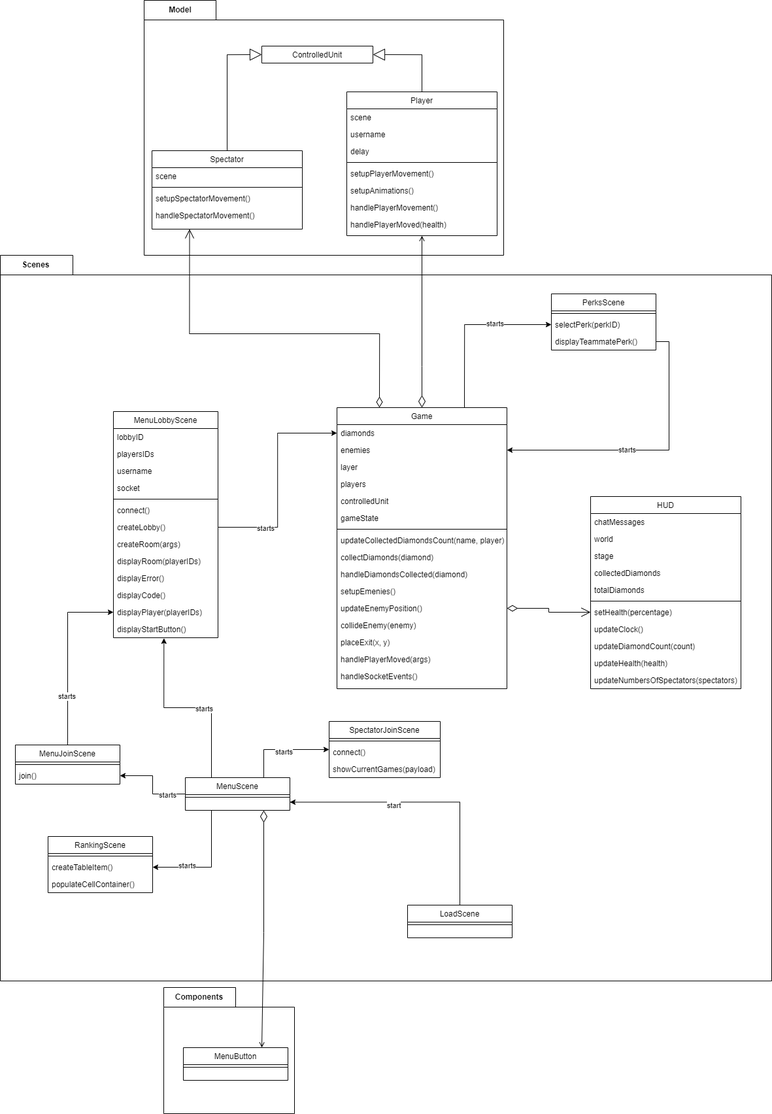
This is docs/diagrams/Frontend-class-diagram.png from Kwannnnn/DiamondCaveGame, a draw.io export, as it was before one commit. Source tidied: cells renumbered, new cells last; positions are measured from the earlier drawing's top-left corner, leaving out a move shared by most shapes.
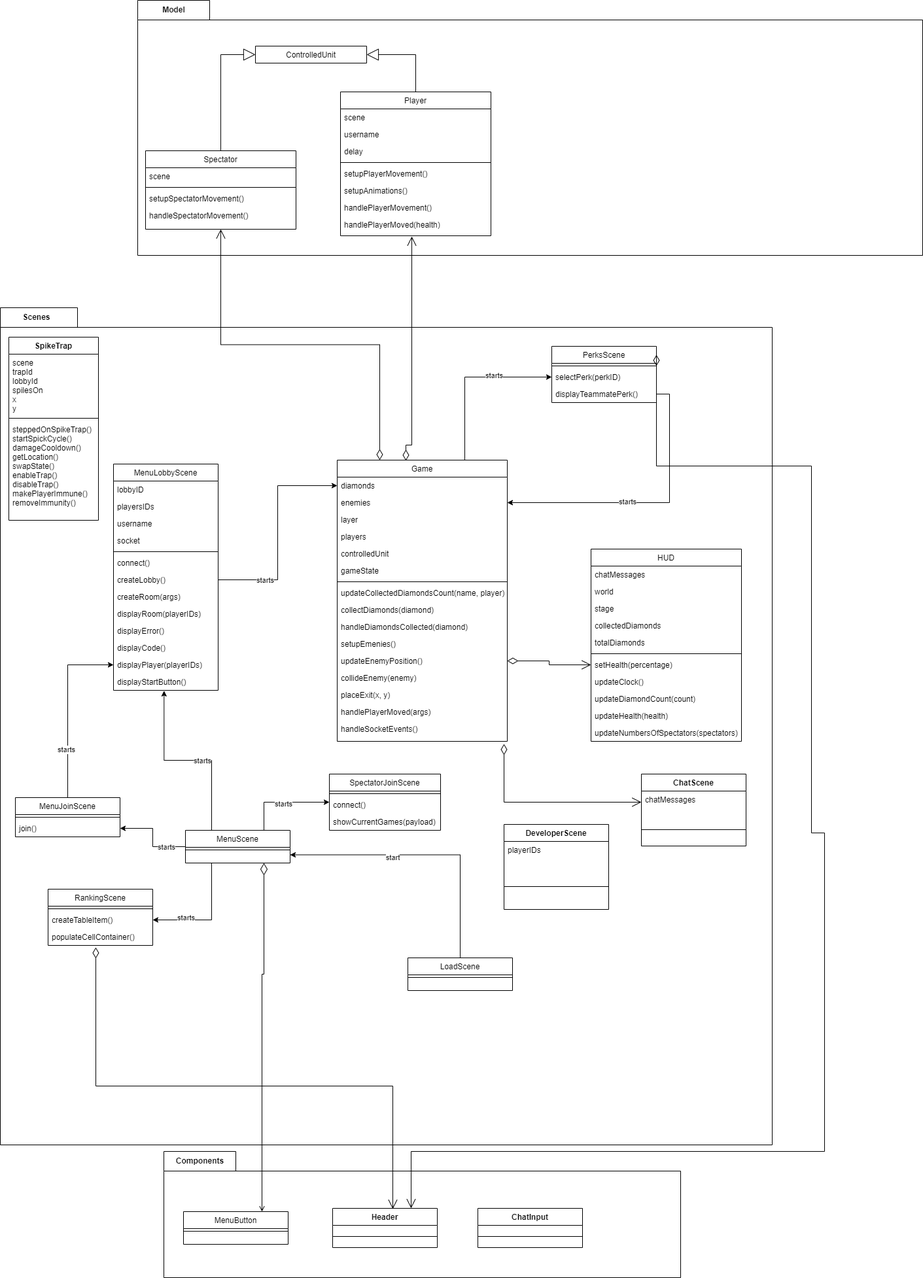
The same file after the commit.

Commit message:
adding updating version of class diagrams

What changed in the source:
```diff
@@ -3,7 +3,7 @@
     <mxCell id="0" />
     <mxCell id="1" parent="0" />
     <mxCell id="2" value="Scenes" style="shape=folder;fontStyle=1;tabWidth=110;tabHeight=30;tabPosition=left;html=1;boundedLbl=1;labelInHeader=1;" parent="1" vertex="1">
-      <mxGeometry y="390" width="1180" height="1110" as="geometry" />
+      <mxGeometry y="220" width="1180" height="1280" as="geometry" />
     </mxCell>
     <mxCell id="3" style="edgeStyle=orthogonalEdgeStyle;rounded=0;jettySize=auto;html=1;exitX=0.75;exitY=0;exitDx=0;exitDy=0;entryX=0;entryY=0.5;entryDx=0;entryDy=0;" parent="2" edge="1" source="5" target="82">
       <mxGeometry relative="1" as="geometry" />
@@ -256,8 +256,43 @@
     <mxCell id="83" value="displayTeammatePerk()" style="text;align=left;verticalAlign=top;spacingLeft=4;spacingRight=4;overflow=hidden;points=[[0,0.5],[1,0.5]];portConstraint=eastwest;" parent="80" vertex="1">
       <mxGeometry y="60" width="160" height="26" as="geometry" />
     </mxCell>
+    <mxCell id="108" value="ChatScene" style="swimlane;fontStyle=1;align=center;verticalAlign=top;horizontal=1;startSize=26;" parent="2" vertex="1">
+      <mxGeometry x="980" y="713" width="160" height="110" as="geometry" />
+    </mxCell>
+    <mxCell id="109" value="chatMessages" style="text;strokeColor=none;fillColor=none;align=left;verticalAlign=top;spacingLeft=4;spacingRight=4;overflow=hidden;points=[[0,0.5],[1,0.5]];portConstraint=eastwest;" parent="108" vertex="1">
+      <mxGeometry y="26" width="160" height="34" as="geometry" />
+    </mxCell>
+    <mxCell id="110" style="line;strokeWidth=1;fillColor=none;align=left;verticalAlign=middle;spacingTop=-1;spacingLeft=3;spacingRight=3;labelPosition=right;" parent="108" vertex="1">
+      <mxGeometry y="60" width="160" height="50" as="geometry" />
+    </mxCell>
+    <mxCell id="111" value="DeveloperScene" style="swimlane;fontStyle=1;align=center;verticalAlign=top;horizontal=1;startSize=26;" parent="2" vertex="1">
+      <mxGeometry x="770" y="790" width="160" height="130" as="geometry" />
+    </mxCell>
+    <mxCell id="112" value="playerIDs" style="text;strokeColor=none;fillColor=none;align=left;verticalAlign=top;spacingLeft=4;spacingRight=4;overflow=hidden;" parent="111" vertex="1">
+      <mxGeometry y="26" width="160" height="34" as="geometry" />
+    </mxCell>
+    <mxCell id="113" style="line;strokeWidth=1;fillColor=none;align=left;verticalAlign=middle;spacingTop=-1;spacingLeft=3;spacingRight=3;labelPosition=right;" parent="111" vertex="1">
+      <mxGeometry y="60" width="160" height="70" as="geometry" />
+    </mxCell>
+    <mxCell id="114" style="endArrow=open;html=1;endSize=12;startArrow=diamondThin;startSize=14;startFill=0;edgeStyle=orthogonalEdgeStyle;align=left;verticalAlign=bottom;rounded=0;exitX=1;exitY=0.5;exitDx=0;exitDy=0;entryX=0;entryY=0.5;entryDx=0;entryDy=0;" parent="2" edge="1" target="109">
+      <mxGeometry x="-1" y="3" relative="1" as="geometry">
+        <mxPoint x="770" y="667" as="sourcePoint" />
+      </mxGeometry>
+    </mxCell>
+    <mxCell id="115" value="SpikeTrap" style="swimlane;fontStyle=1;align=center;verticalAlign=top;horizontal=1;startSize=26;" parent="2" vertex="1">
+      <mxGeometry x="13" y="45" width="137" height="280" as="geometry" />
+    </mxCell>
+    <mxCell id="116" value="scene&#10;trapId&#10;lobbyId&#10;spilesOn&#10;x&#10;y" style="text;strokeColor=none;fillColor=none;align=left;verticalAlign=top;spacingLeft=4;spacingRight=4;overflow=hidden;" parent="115" vertex="1">
+      <mxGeometry y="26" width="137" height="94" as="geometry" />
+    </mxCell>
+    <mxCell id="117" style="line;strokeWidth=1;fillColor=none;align=left;verticalAlign=middle;spacingTop=-1;spacingLeft=3;spacingRight=3;labelPosition=right;" parent="115" vertex="1">
+      <mxGeometry y="120" width="137" height="8" as="geometry" />
+    </mxCell>
+    <mxCell id="118" value="steppedOnSpikeTrap()&#10;startSpickCycle()&#10;damageCooldown()&#10;getLocation()&#10;swapState()&#10;enableTrap()&#10;disableTrap()&#10;makePlayerImmune()&#10;removeImmunity()&#10;&#10;" style="text;strokeColor=none;fillColor=none;align=left;verticalAlign=top;spacingLeft=4;spacingRight=4;overflow=hidden;" parent="115" vertex="1">
+      <mxGeometry y="128" width="137" height="152" as="geometry" />
+    </mxCell>
     <mxCell id="84" value="Model" style="shape=folder;fontStyle=1;tabWidth=110;tabHeight=30;tabPosition=left;html=1;boundedLbl=1;labelInHeader=1;" parent="1" vertex="1">
-      <mxGeometry x="220" width="550" height="390" as="geometry" />
+      <mxGeometry x="210" y="-250" width="1200" height="390" as="geometry" />
     </mxCell>
     <mxCell id="85" style="edgeStyle=orthogonalEdgeStyle;rounded=0;jettySize=auto;html=1;exitX=0.5;exitY=0;exitDx=0;exitDy=0;entryX=0;entryY=0.5;entryDx=0;entryDy=0;endArrow=block;endFill=0;endSize=16;" parent="84" edge="1" source="86" target="101">
       <mxGeometry relative="1" as="geometry" />
@@ -310,16 +345,8 @@
     <mxCell id="101" value="ControlledUnit" style="swimlane;fontStyle=0;align=center;verticalAlign=top;horizontal=1;startSize=26;rounded=0;shadow=0;strokeWidth=1;" parent="84" vertex="1" collapsed="1">
       <mxGeometry x="180" y="70" width="170" height="26" as="geometry" />
     </mxCell>
-    <mxCell id="102" style="endArrow=open;html=1;endSize=12;startArrow=diamondThin;startSize=14;startFill=0;edgeStyle=orthogonalEdgeStyle;align=left;verticalAlign=bottom;rounded=0;exitX=0.25;exitY=0;exitDx=0;exitDy=0;entryX=0.25;entryY=1;entryDx=0;entryDy=0;" parent="1" edge="1" source="5" target="86">
-      <mxGeometry x="-1" y="3" relative="1" as="geometry">
-        <Array as="points">
-          <mxPoint x="578" y="510" />
-          <mxPoint x="249" y="510" />
-        </Array>
-      </mxGeometry>
-    </mxCell>
     <mxCell id="103" value="Components" style="shape=folder;fontStyle=1;tabWidth=110;tabHeight=30;tabPosition=left;html=1;boundedLbl=1;labelInHeader=1;" parent="1" vertex="1">
-      <mxGeometry x="250" y="1510" width="200" height="193" as="geometry" />
+      <mxGeometry x="250" y="1510" width="790" height="193" as="geometry" />
     </mxCell>
     <mxCell id="104" value="MenuButton" style="swimlane;fontStyle=0;align=center;verticalAlign=top;horizontal=1;startSize=26;rounded=0;shadow=0;strokeWidth=1;" parent="103" vertex="1">
       <mxGeometry x="30" y="92" width="160" height="50" as="geometry" />
@@ -327,21 +354,56 @@
     <mxCell id="105" style="line;html=1;strokeWidth=1;align=left;verticalAlign=middle;spacingTop=-1;spacingLeft=3;spacingRight=3;labelPosition=right;" parent="104" vertex="1">
       <mxGeometry y="26" width="160" height="8" as="geometry" />
     </mxCell>
-    <mxCell id="106" style="edgeStyle=orthogonalEdgeStyle;rounded=0;jettySize=auto;html=1;exitX=0.5;exitY=0;exitDx=0;exitDy=0;entryX=0.5;entryY=1;entryDx=0;entryDy=0;endArrow=open;endFill=0;endSize=6;startArrow=diamondThin;startFill=0;startSize=16;" parent="1" edge="1" source="5" target="92">
-      <mxGeometry relative="1" as="geometry">
-        <Array as="points">
-          <mxPoint x="645" y="560" />
-          <mxPoint x="645" y="560" />
-        </Array>
-      </mxGeometry>
-    </mxCell>
+    <mxCell id="119" value="Header" style="swimlane;fontStyle=1;align=center;verticalAlign=top;horizontal=1;startSize=26;" parent="103" vertex="1">
+      <mxGeometry x="258" y="87" width="160" height="60" as="geometry" />
+    </mxCell>
+    <mxCell id="120" style="line;strokeWidth=1;fillColor=none;align=left;verticalAlign=middle;spacingTop=-1;spacingLeft=3;spacingRight=3;labelPosition=right;" parent="119" vertex="1">
+      <mxGeometry y="26" width="160" height="34" as="geometry" />
+    </mxCell>
+    <mxCell id="121" value="ChatInput" style="swimlane;fontStyle=1;align=center;verticalAlign=top;horizontal=1;startSize=26;" parent="103" vertex="1">
+      <mxGeometry x="480" y="87" width="160" height="60" as="geometry" />
+    </mxCell>
+    <mxCell id="122" style="line;strokeWidth=1;fillColor=none;align=left;verticalAlign=middle;spacingTop=-1;spacingLeft=3;spacingRight=3;labelPosition=right;" parent="121" vertex="1">
+      <mxGeometry y="26" width="160" height="34" as="geometry" />
+    </mxCell>
     <mxCell id="107" style="edgeStyle=orthogonalEdgeStyle;rounded=0;jettySize=auto;html=1;exitX=0.75;exitY=1;exitDx=0;exitDy=0;entryX=0.75;entryY=0;entryDx=0;entryDy=0;startArrow=diamondThin;startFill=0;endArrow=open;endFill=0;startSize=16;endSize=6;" parent="1" edge="1" source="30" target="104">
       <mxGeometry relative="1" as="geometry">
         <Array as="points">
-          <mxPoint x="403" y="1426" />
-          <mxPoint x="400" y="1426" />
+          <mxPoint x="400" y="1239" />
         </Array>
       </mxGeometry>
     </mxCell>
+    <mxCell id="123" style="endArrow=open;html=1;endSize=12;startArrow=diamondThin;startSize=14;startFill=0;edgeStyle=orthogonalEdgeStyle;rounded=0;exitX=0.456;exitY=1.115;exitDx=0;exitDy=0;exitPerimeter=0;entryX=0.575;entryY=0.017;entryDx=0;entryDy=0;entryPerimeter=0;" parent="1" edge="1" source="73" target="119">
+      <mxGeometry relative="1" as="geometry">
+        <Array as="points">
+          <mxPoint x="146" y="1410" />
+          <mxPoint x="600" y="1410" />
+        </Array>
+      </mxGeometry>
+    </mxCell>
+    <mxCell id="124" style="endArrow=open;html=1;endSize=12;startArrow=diamondThin;startSize=14;startFill=0;edgeStyle=orthogonalEdgeStyle;rounded=0;exitX=1;exitY=0.151;exitDx=0;exitDy=0;exitPerimeter=0;entryX=0.75;entryY=0;entryDx=0;entryDy=0;" parent="1" edge="1" source="80" target="119">
+      <mxGeometry relative="1" as="geometry">
+        <Array as="points">
+          <mxPoint x="1240" y="462" />
+          <mxPoint x="1240" y="1023" />
+          <mxPoint x="1260" y="1023" />
+          <mxPoint x="1260" y="1510" />
+          <mxPoint x="628" y="1510" />
+        </Array>
+      </mxGeometry>
+    </mxCell>
+    <mxCell id="125" style="endArrow=open;html=1;endSize=12;startArrow=diamondThin;startSize=14;startFill=0;edgeStyle=orthogonalEdgeStyle;align=left;verticalAlign=bottom;rounded=0;entryX=0.474;entryY=1.192;entryDx=0;entryDy=0;exitX=0.404;exitY=0.002;exitDx=0;exitDy=0;exitPerimeter=0;entryPerimeter=0;" parent="1" edge="1" source="5" target="100">
+      <mxGeometry x="-1" y="3" relative="1" as="geometry">
+        <Array as="points">
+          <mxPoint x="620" y="430" />
+          <mxPoint x="629" y="430" />
+        </Array>
+      </mxGeometry>
+    </mxCell>
+    <mxCell id="102" style="endArrow=open;html=1;endSize=12;startArrow=diamondThin;startSize=14;startFill=0;edgeStyle=orthogonalEdgeStyle;align=left;verticalAlign=bottom;rounded=0;exitX=0.25;exitY=0;exitDx=0;exitDy=0;entryX=0.5;entryY=1;entryDx=0;entryDy=0;" parent="1" edge="1" source="5" target="86">
+      <mxGeometry x="-1" y="22" relative="1" as="geometry">
+        <mxPoint x="-10" y="2" as="offset" />
+      </mxGeometry>
+    </mxCell>
   </root>
 </mxGraphModel>
```
